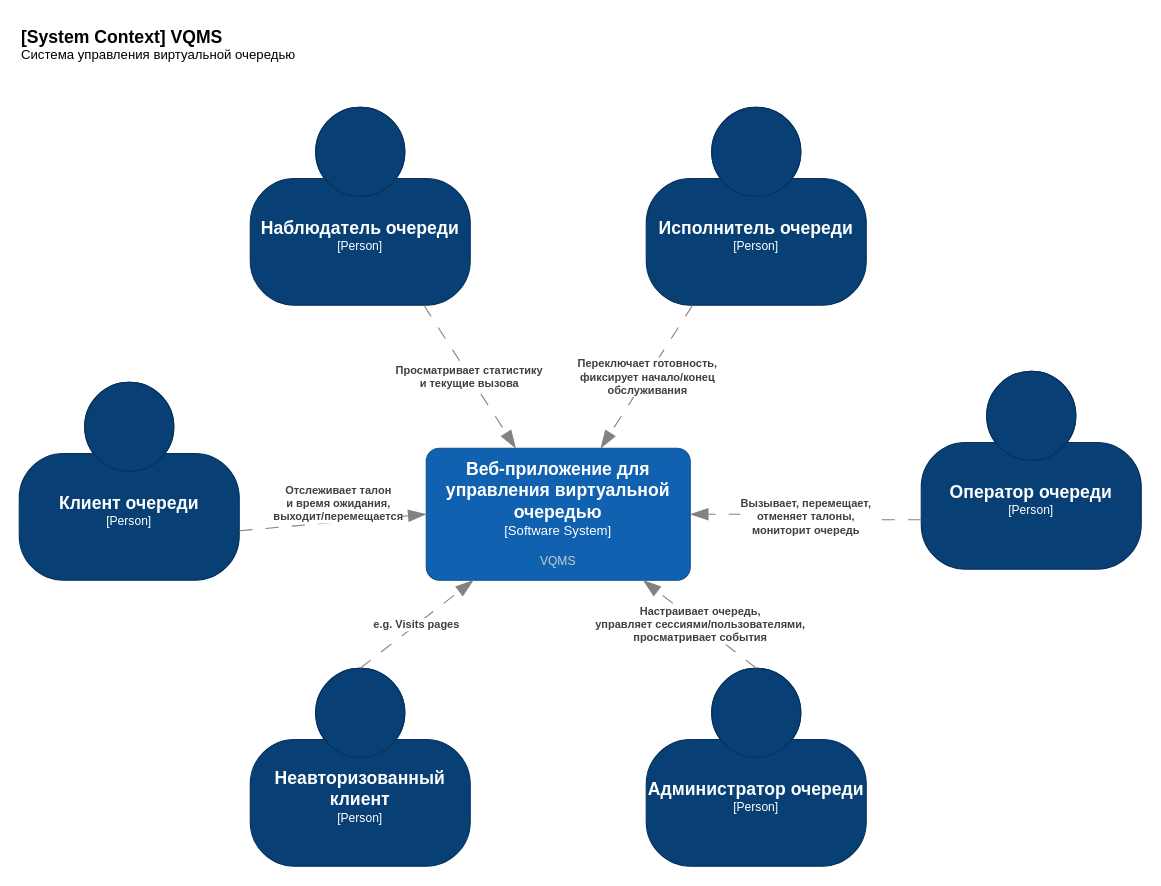
DaL1ner/virtual_queue_management_system keeps this draw.io diagram as page "[System Context] VQMS" (1 of 3) of docs/explanation/diagrams/design/C4/Диаграммы C4.drawio. Above is the earlier version. Source tidied: cells renumbered, new cells numbered last; positions are measured from the earlier drawing's top-left corner, leaving out a move shared by most shapes. Both pictures are drawn from the tidied source at 110%, with x=0, y=0 at pixel (19, 19).
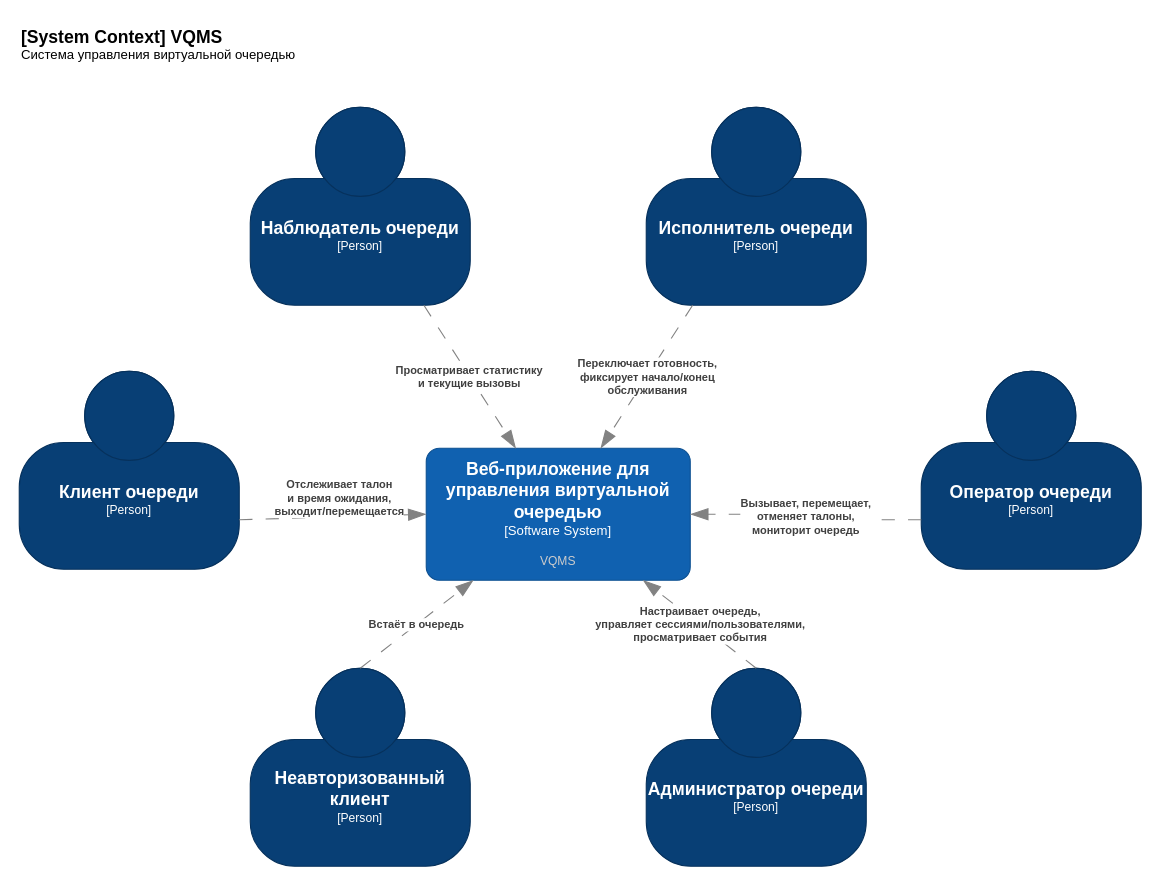
After the change.

Unchanged cells that the change refers to:
```xml
<object id="2" label="&lt;font style=&quot;font-size: 16px&quot;&gt;&lt;b&gt;%c4Name%&lt;/b&gt;&lt;/font&gt;&lt;div&gt;[%c4Type%]&lt;/div&gt;&lt;br&gt;" c4Name="Наблюдатель очереди" c4Type="Person" placeholders="1">
  <mxCell style="html=1;fontSize=11;dashed=0;whiteSpace=wrap;fillColor=#083F75;strokeColor=#06315C;fontColor=#ffffff;shape=mxgraph.c4.person2;align=center;points=[[0.5,0,0],[1,0.5,0],[1,0.75,0],[0.75,1,0],[0.5,1,0],[0.25,1,0],[0,0.75,0],[0,0.5,0]];" parent="1" vertex="1">
    <mxGeometry x="210" y="80" width="200" height="180" as="geometry" />
  </mxCell>
</object>
<object id="4" label="&lt;font style=&quot;font-size: 16px&quot;&gt;&lt;b&gt;%c4Name%&lt;/b&gt;&lt;/font&gt;&lt;div&gt;[%c4Type%]&lt;/div&gt;&lt;br&gt;" c4Name="Неавторизованный клиент" c4Type="Person" placeholders="1">
  <mxCell style="html=1;fontSize=11;dashed=0;whiteSpace=wrap;fillColor=#083F75;strokeColor=#06315C;fontColor=#ffffff;shape=mxgraph.c4.person2;align=center;points=[[0.5,0,0],[1,0.5,0],[1,0.75,0],[0.75,1,0],[0.5,1,0],[0.25,1,0],[0,0.75,0],[0,0.5,0]];" parent="1" vertex="1">
    <mxGeometry x="210" y="590" width="200" height="180" as="geometry" />
  </mxCell>
</object>
<object id="8" label="&lt;font style=&quot;font-size: 16px&quot;&gt;&lt;b&gt;%c4Name%&lt;/b&gt;&lt;/font&gt;&lt;div&gt;[%c4Type%]&lt;/div&gt;&lt;br&gt;&lt;div&gt;&lt;font style=&quot;font-size: 11px&quot;&gt;&lt;font color=&quot;#cccccc&quot;&gt;%c4Description%&lt;/font&gt;&lt;/div&gt;" c4Description="VQMS" c4Name="Веб-приложение для управления виртуальной очередью" c4Type="Software System" placeholders="1">
  <mxCell style="rounded=1;whiteSpace=wrap;html=1;labelBackgroundColor=none;fillColor=#1061B0;fontColor=#ffffff;align=center;arcSize=10;strokeColor=#0D5091;points=[[0.25,0,0],[0.5,0,0],[0.75,0,0],[1,0.25,0],[1,0.5,0],[1,0.75,0],[0.75,1,0],[0.5,1,0],[0.25,1,0],[0,0.75,0],[0,0.5,0],[0,0.25,0]];" parent="1" vertex="1">
    <mxGeometry x="370" y="390" width="240" height="120" as="geometry" />
  </mxCell>
</object>
```

The edit, as a diff of the source:
```diff
@@
     <object id="7" label="&lt;font style=&quot;font-size: 16px&quot;&gt;&lt;b&gt;%c4Name%&lt;/b&gt;&lt;/font&gt;&lt;div&gt;[%c4Type%]&lt;/div&gt;&lt;br&gt;" c4Name="Клиент очереди" c4Type="Person" placeholders="1">
       <mxCell style="html=1;fontSize=11;dashed=0;whiteSpace=wrap;fillColor=#083F75;strokeColor=#06315C;fontColor=#ffffff;shape=mxgraph.c4.person2;align=center;points=[[0.5,0,0],[1,0.5,0],[1,0.75,0],[0.75,1,0],[0.5,1,0],[0.25,1,0],[0,0.75,0],[0,0.5,0]];" parent="1" vertex="1">
-        <mxGeometry y="330" width="200" height="180" as="geometry" />
+        <mxGeometry y="320" width="200" height="180" as="geometry" />
       </mxCell>
     </object>
@@
-    <object id="11" label="&lt;div style=&quot;text-align: left&quot;&gt;&lt;div style=&quot;text-align: center&quot;&gt;&lt;b&gt;%c4Description%&lt;/b&gt;&lt;/div&gt;" c4Description="Просматривает статистику&#10;и текущие вызова" placeholders="1">
+    <object id="11" label="&lt;div style=&quot;text-align: left&quot;&gt;&lt;div style=&quot;text-align: center&quot;&gt;&lt;b&gt;%c4Description%&lt;/b&gt;&lt;/div&gt;" c4Description="Просматривает статистику&#10;и текущие вызовы" placeholders="1">
       <mxCell style="endArrow=blockThin;html=1;fontSize=10;fontColor=#404040;strokeWidth=1;endFill=1;strokeColor=#828282;elbow=vertical;endSize=14;startSize=14;jumpStyle=arc;jumpSize=16;rounded=0;dashed=1;dashPattern=12 12;" parent="1" edge="1" source="2" target="8">
         <mxGeometry relative="1" as="geometry" />
       </mxCell>
     </object>
@@
-    <object id="13" label="&lt;div style=&quot;text-align: left&quot;&gt;&lt;div style=&quot;text-align: center&quot;&gt;&lt;b&gt;%c4Description%&lt;/b&gt;&lt;/div&gt;" c4Description="e.g. Visits pages" placeholders="1">
+    <object id="13" label="&lt;div style=&quot;text-align: left&quot;&gt;&lt;div style=&quot;text-align: center&quot;&gt;&lt;b&gt;%c4Description%&lt;/b&gt;&lt;/div&gt;" c4Description="Встаёт в очередь" placeholders="1">
       <mxCell style="endArrow=blockThin;html=1;fontSize=10;fontColor=#404040;strokeWidth=1;endFill=1;strokeColor=#828282;elbow=vertical;endSize=14;startSize=14;jumpStyle=arc;jumpSize=16;rounded=0;exitX=0.5;exitY=0;exitDx=0;exitDy=0;exitPerimeter=0;dashed=1;dashPattern=12 12;" parent="1" edge="1" source="4" target="8">
         <mxGeometry relative="1" as="geometry" />
       </mxCell>
     </object>
```
